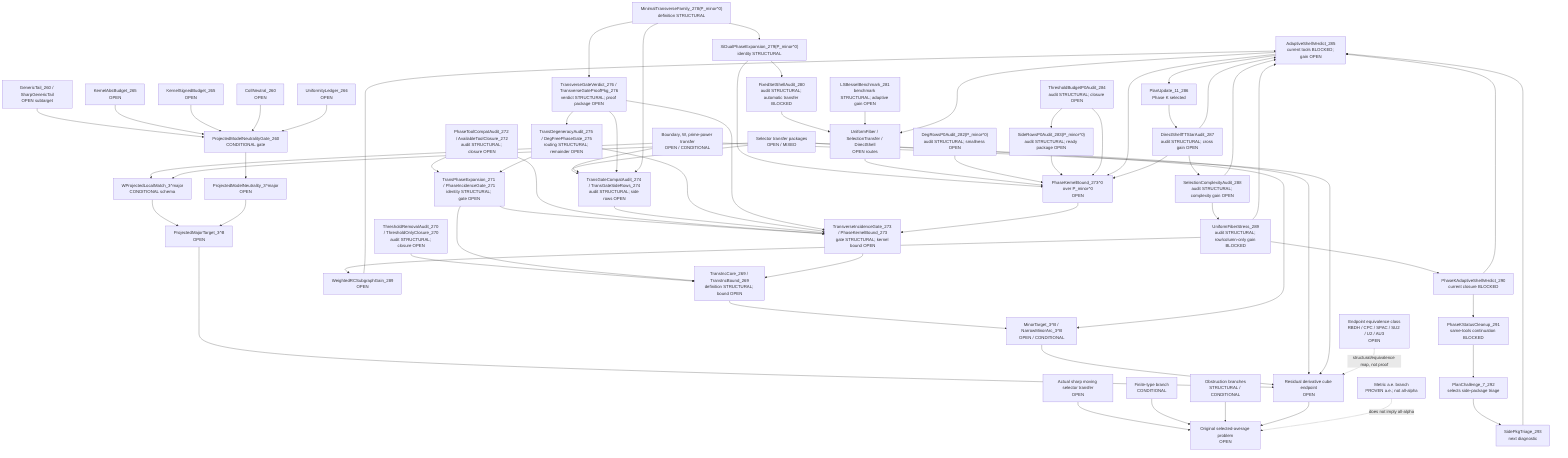
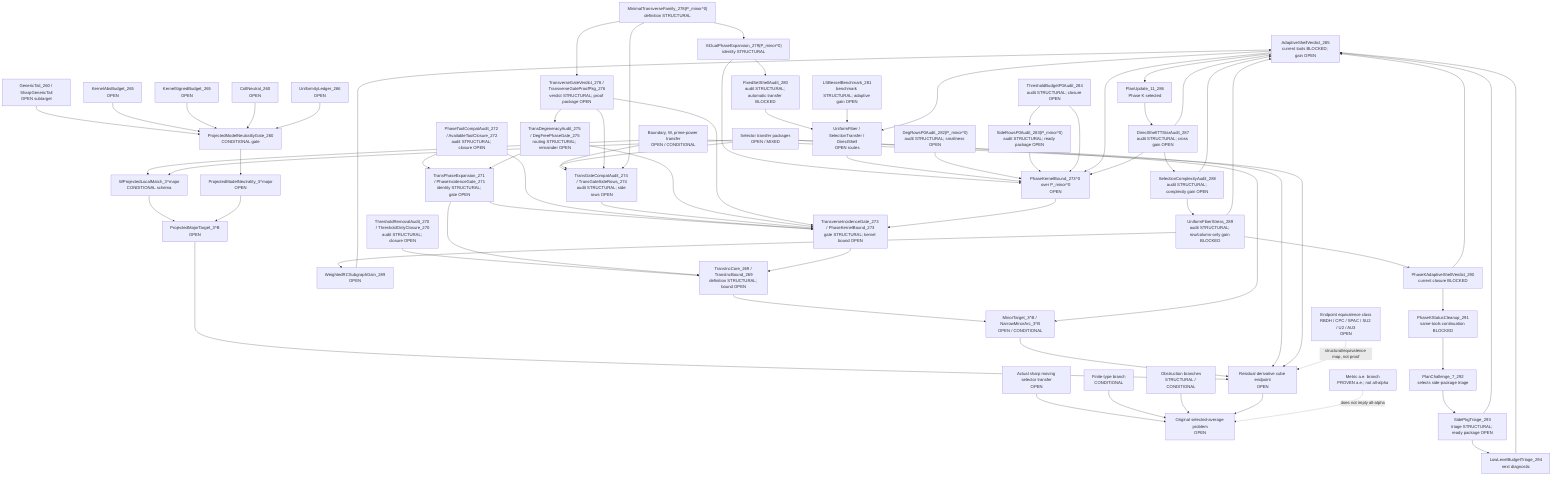
flowchart TD
  Original["Original selected-average problem<br/>OPEN"]
  SharpSel["Actual sharp moving selector transfer<br/>OPEN"]
  FiniteType["Finite-type branch<br/>CONDITIONAL"]
  Metric["Metric a.e. branch<br/>PROVEN a.e.; not all-alpha"]
  Obstruction["Obstruction branches<br/>STRUCTURAL / CONDITIONAL"]

  ResCube["Residual derivative cube endpoint<br/>OPEN"]
  MajorTarget["ProjectedMajorTarget_3^B<br/>OPEN"]
  MinorTarget["MinorTarget_3^B / NarrowMinorArc_3^B<br/>OPEN / CONDITIONAL"]
  TransInc["TransIncCore_269 / TransIncBound_269<br/>definition STRUCTURAL; bound OPEN"]
  ThresholdAudit["ThresholdRemovalAudit_270 / ThresholdOnlyClosure_270<br/>audit STRUCTURAL; closure OPEN"]
  PhaseExpansion["TransPhaseExpansion_271 / PhaseIncidenceGate_271<br/>identity STRUCTURAL; gate OPEN"]
  ToolCompat["PhaseToolCompatAudit_272 / AvailableToolClosure_272<br/>audit STRUCTURAL; closure OPEN"]
  TransGate["TransverseIncidenceGate_273 / PhaseKernelBound_273<br/>gate STRUCTURAL; kernel bound OPEN"]
  TransGateCompat["TransGateCompatAudit_274 / TransGateSideRows_274<br/>audit STRUCTURAL; side rows OPEN"]
  DegAudit["TransDegeneracyAudit_275 / DegFreePhaseGate_275<br/>routing STRUCTURAL; remainder OPEN"]
  TransVerdict["TransverseGateVerdict_276 / TransverseGateProofPkg_276<br/>verdict STRUCTURAL; proof package OPEN"]
  MinTransFamily["MinimalTransverseFamily_278(P_minor^0)<br/>definition STRUCTURAL"]
  XiExpansion["XiDualPhaseExpansion_279(P_minor^0)<br/>identity STRUCTURAL"]
  FixedShellAudit["FixedSetShellAudit_280<br/>audit STRUCTURAL; automatic transfer BLOCKED"]
  FixedShellTransfer["UniformFiber / SelectionTransfer / DirectShell<br/>OPEN routes"]
  LSBesselBench["LSBesselBenchmark_281<br/>benchmark STRUCTURAL; adaptive gain OPEN"]
  DegRowsP0["DegRowsP0Audit_282(P_minor^0)<br/>audit STRUCTURAL; smallness OPEN"]
  SideRowsP0["SideRowsP0Audit_283(P_minor^0)<br/>audit STRUCTURAL; ready package OPEN"]
  ThresholdP0["ThresholdBudgetP0Audit_284<br/>audit STRUCTURAL; closure OPEN"]
  AdaptiveShellP0["AdaptiveShellVerdict_285<br/>current tools BLOCKED; gain OPEN"]
  PlanUpdate11["PlanUpdate_11_286<br/>Phase K selected"]
  DirectTTStar["DirectShellTTStarAudit_287<br/>audit STRUCTURAL; cross gain OPEN"]
  SelectionComplexity["SelectionComplexityAudit_288<br/>audit STRUCTURAL; complexity gain OPEN"]
  UniformFiberStress["UniformFiberStress_289<br/>audit STRUCTURAL; row/column-only gain BLOCKED"]
  WeightedRCSubgraph["WeightedRCSubgraphGain_289<br/>OPEN"]
  AdaptiveVerdict290["PhaseKAdaptiveShellVerdict_290<br/>current closure BLOCKED"]
  PhaseKCleanup291["PhaseKStatusCleanup_291<br/>same-tools continuation BLOCKED"]
  PlanChallenge7["PlanChallenge_7_292<br/>selects side-package triage"]
-   SidePkgTriage293["SidePkgTriage_293<br/>next diagnostic"]
+   SidePkgTriage293["SidePkgTriage_293<br/>triage STRUCTURAL; ready package OPEN"]
+   LowLevelTriage294["LowLevelBudgetTriage_294<br/>next diagnostic"]
  PhaseKernel0["PhaseKernelBound_273^0 over P_minor^0<br/>OPEN"]
  SelectorTransfer["Selector transfer packages<br/>OPEN / MIXED"]
  BoundaryTransfer["Boundary, W, prime-power transfer<br/>OPEN / CONDITIONAL"]

  WLocal["WProjectedLocalMatch_3^major<br/>CONDITIONAL schema"]
  ModelNeutral["ProjectedModelNeutrality_3^major<br/>OPEN"]
  PMNGate["ProjectedModelNeutralityGate_260<br/>CONDITIONAL gate"]
  GenericTail["GenericTail_260 / SharpGenericTail<br/>OPEN subtarget"]
  KernelAbs["KernelAbsBudget_265<br/>OPEN"]
  KernelSigned["KernelSignedBudget_265<br/>OPEN"]
  CollNeutral["CollNeutral_260<br/>OPEN"]
  Uniformity["UniformityLedger_266<br/>OPEN"]

  EndpointClass["Endpoint equivalence class<br/>RBDH / CPC / SPAC / SU2 / U2 / AU3<br/>OPEN"]

  SharpSel --> Original
  FiniteType --> Original
  Obstruction --> Original
  ResCube --> Original
  Metric -. "does not imply all-alpha" .-> Original

  MajorTarget --> ResCube
  MinorTarget --> ResCube
  TransInc --> MinorTarget
  ThresholdAudit --> TransInc
  PhaseExpansion --> TransInc
  ToolCompat --> PhaseExpansion
  TransGate --> TransInc
  PhaseExpansion --> TransGate
  ToolCompat --> TransGate
  TransGateCompat --> TransGate
  SelectorTransfer --> TransGateCompat
  BoundaryTransfer --> TransGateCompat
  DegAudit --> TransGate
  DegAudit --> PhaseExpansion
  TransVerdict --> TransGate
  TransVerdict --> TransGateCompat
  TransVerdict --> DegAudit
  PhaseKernel0 --> TransGate
  MinTransFamily --> XiExpansion
  XiExpansion --> PhaseKernel0
  XiExpansion --> FixedShellAudit
  FixedShellAudit --> FixedShellTransfer
  FixedShellTransfer --> PhaseKernel0
  LSBesselBench --> FixedShellTransfer
  DegRowsP0 --> PhaseKernel0
  SideRowsP0 --> PhaseKernel0
  ThresholdP0 --> SideRowsP0
  ThresholdP0 --> PhaseKernel0
  AdaptiveShellP0 --> PhaseKernel0
  AdaptiveShellP0 --> FixedShellTransfer
  AdaptiveShellP0 --> PlanUpdate11
  PlanUpdate11 --> DirectTTStar
  DirectTTStar --> AdaptiveShellP0
  DirectTTStar --> PhaseKernel0
  DirectTTStar --> SelectionComplexity
  SelectionComplexity --> UniformFiberStress
  SelectionComplexity --> AdaptiveShellP0
  UniformFiberStress --> WeightedRCSubgraph
  WeightedRCSubgraph --> AdaptiveShellP0
  UniformFiberStress --> AdaptiveVerdict290
  UniformFiberStress --> AdaptiveShellP0
  AdaptiveVerdict290 --> AdaptiveShellP0
  AdaptiveVerdict290 --> PhaseKCleanup291
  PhaseKCleanup291 --> PlanChallenge7
  PlanChallenge7 --> SidePkgTriage293
+   SidePkgTriage293 --> LowLevelTriage294
  SidePkgTriage293 --> AdaptiveShellP0
+   LowLevelTriage294 --> AdaptiveShellP0
  MinTransFamily --> TransGateCompat
  MinTransFamily --> TransVerdict
  SelectorTransfer --> ResCube
  BoundaryTransfer --> ResCube
  EndpointClass -. "structural/equivalence map, not proof" .-> ResCube

  WLocal --> MajorTarget
  ModelNeutral --> MajorTarget

  PMNGate --> ModelNeutral
  GenericTail --> PMNGate
  KernelAbs --> PMNGate
  KernelSigned --> PMNGate
  CollNeutral --> PMNGate
  Uniformity --> PMNGate

  BoundaryTransfer --> WLocal
  SelectorTransfer --> WLocal
  SelectorTransfer --> MinorTarget
